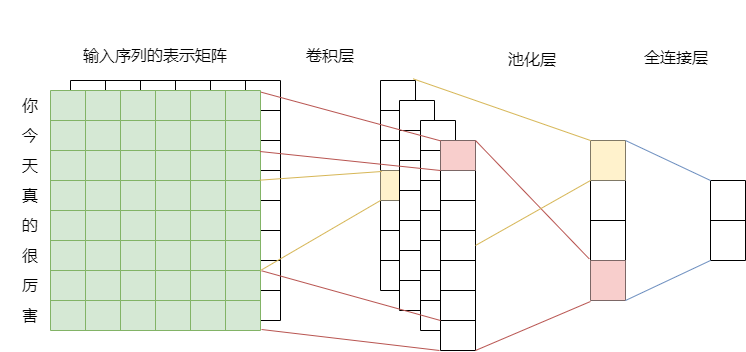
Earlier version of the draw.io export cnn.png (AdamFocus/draw). Source tidied: cells renumbered, new cells last; positions are measured from the earlier drawing's top-left corner, leaving out a move shared by most shapes.
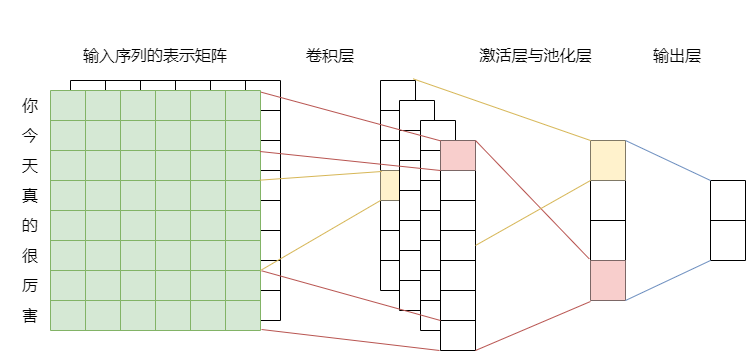
After the change.

Change to the diagram source:
```diff
@@ -579,11 +579,6 @@
         <mxPoint x="440" y="320" as="targetPoint" />
       </mxGeometry>
     </mxCell>
-    <mxCell id="193" style="endArrow=none;html=1;rounded=0;strokeColor=#B85450;entryX=-0.038;entryY=0.989;entryDx=0;entryDy=0;entryPerimeter=0;endFill=0;" parent="1" edge="1" target="x">
-      <mxGeometry relative="1" as="geometry">
-        <mxPoint x="260" y="330" as="sourcePoint" />
-      </mxGeometry>
-    </mxCell>
     <mxCell id="194" style="endArrow=none;html=1;rounded=0;strokeColor=#d6b656;exitX=0.997;exitY=-0.011;exitDx=0;exitDy=0;exitPerimeter=0;entryX=0.038;entryY=0.033;entryDx=0;entryDy=0;entryPerimeter=0;fillColor=#fff2cc;endFill=0;" parent="1" edge="1" source="81" target="123">
       <mxGeometry relative="1" as="geometry" />
     </mxCell>
@@ -648,11 +643,11 @@
     <mxCell id="211" value="&lt;font style=&quot;font-size: 16px&quot;&gt;卷积层&lt;/font&gt;" style="text;html=1;strokeColor=none;fillColor=none;align=center;verticalAlign=middle;whiteSpace=wrap;rounded=0;shadow=0;labelBorderColor=none;sketch=1;" parent="1" vertex="1">
       <mxGeometry x="300" y="40" width="60" height="30" as="geometry" />
     </mxCell>
-    <mxCell id="212" value="&lt;font style=&quot;font-size: 16px&quot;&gt;池化层&lt;/font&gt;" style="text;html=1;strokeColor=none;fillColor=none;align=center;verticalAlign=middle;whiteSpace=wrap;rounded=0;shadow=0;labelBorderColor=none;sketch=1;" parent="1" vertex="1">
-      <mxGeometry x="502" y="44" width="60" height="30" as="geometry" />
+    <mxCell id="212" value="&lt;font style=&quot;font-size: 16px&quot;&gt;激活层与池化层&lt;/font&gt;" style="text;html=1;strokeColor=none;fillColor=none;align=center;verticalAlign=middle;whiteSpace=wrap;rounded=0;shadow=0;labelBorderColor=none;sketch=1;" parent="1" vertex="1">
+      <mxGeometry x="477" y="40" width="117" height="30" as="geometry" />
     </mxCell>
-    <mxCell id="213" value="&lt;font style=&quot;font-size: 16px&quot;&gt;全连接层&lt;/font&gt;" style="text;html=1;strokeColor=none;fillColor=none;align=center;verticalAlign=middle;whiteSpace=wrap;rounded=0;shadow=0;labelBorderColor=none;sketch=1;" parent="1" vertex="1">
-      <mxGeometry x="631" y="42" width="90" height="30" as="geometry" />
+    <mxCell id="213" value="&lt;font style=&quot;font-size: 16px&quot;&gt;输出层&lt;/font&gt;" style="text;html=1;strokeColor=none;fillColor=none;align=center;verticalAlign=middle;whiteSpace=wrap;rounded=0;shadow=0;labelBorderColor=none;sketch=1;" parent="1" vertex="1">
+      <mxGeometry x="632" y="40" width="90" height="30" as="geometry" />
     </mxCell>
     <mxCell id="214" style="endArrow=none;html=1;rounded=0;fillColor=#f8cecc;strokeColor=#b85450;entryX=-0.029;entryY=1;entryDx=0;entryDy=0;entryPerimeter=0;" parent="1" edge="1" target="174">
       <mxGeometry relative="1" as="geometry">
```
